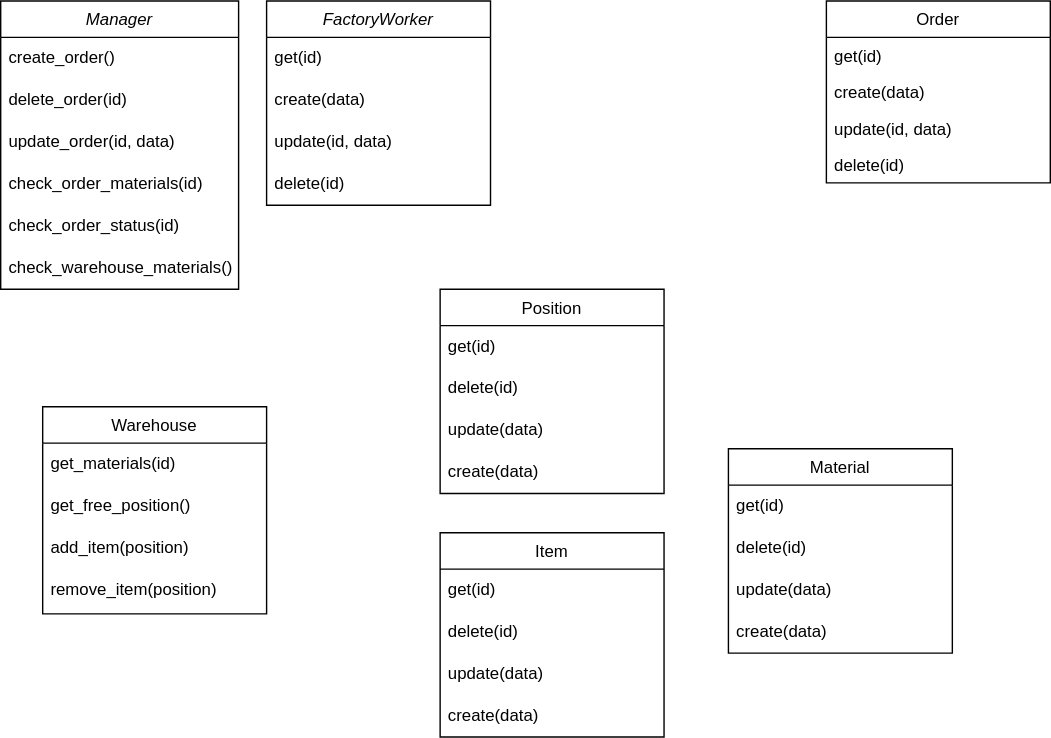
Before: img/back_uml.svg, a diagram exported from draw.io (Jaycobe/bmstu-ppo). Source tidied: cells renumbered, new cells last; positions are measured from the earlier drawing's top-left corner, leaving out a move shared by most shapes.
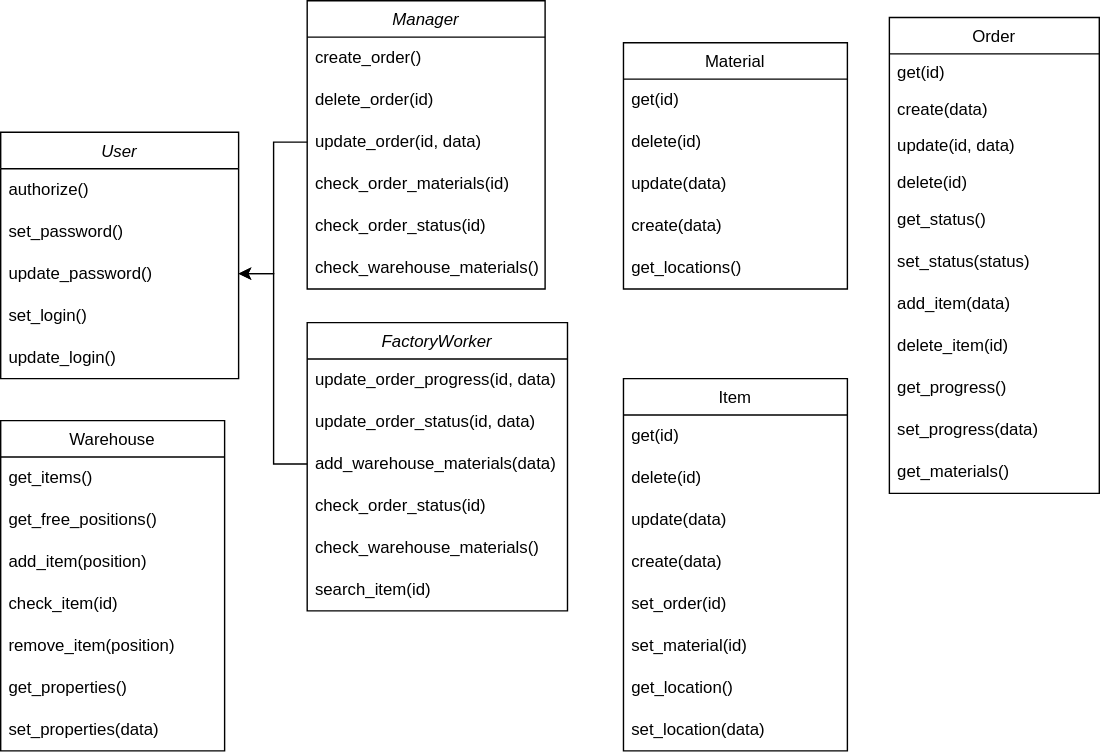
Later version of the same file.

Commit message:
back_uml finished

Change to the diagram source:
```diff
@@ -3,7 +3,7 @@
     <mxCell id="0" />
     <mxCell id="1" parent="0" />
     <mxCell id="2" value="Manager" style="swimlane;fontStyle=2;align=center;verticalAlign=top;horizontal=1;startSize=26;rounded=0;shadow=0;strokeWidth=1;" parent="1" vertex="1">
-      <mxGeometry width="170" height="206" as="geometry" />
+      <mxGeometry x="224" y="-10" width="170" height="206" as="geometry" />
     </mxCell>
     <mxCell id="3" value="create_order()" style="text;strokeColor=none;fillColor=none;align=left;verticalAlign=middle;spacingLeft=4;spacingRight=4;overflow=hidden;whiteSpace=wrap;html=1;" parent="2" vertex="1">
       <mxGeometry y="26" width="170" height="30" as="geometry" />
@@ -24,7 +24,7 @@
       <mxGeometry y="176" width="170" height="30" as="geometry" />
     </mxCell>
     <mxCell id="9" value="Item" style="swimlane;fontStyle=0;align=center;verticalAlign=top;horizontal=1;startSize=26;rounded=0;shadow=0;strokeWidth=1;" parent="1" vertex="1">
-      <mxGeometry x="314" y="380" width="160" height="146" as="geometry" />
+      <mxGeometry x="450" y="260" width="160" height="266" as="geometry" />
     </mxCell>
     <mxCell id="10" value="get(id)" style="text;strokeColor=none;fillColor=none;align=left;verticalAlign=middle;spacingLeft=4;spacingRight=4;overflow=hidden;whiteSpace=wrap;html=1;" parent="9" vertex="1">
       <mxGeometry y="26" width="160" height="30" as="geometry" />
@@ -38,8 +38,20 @@
     <mxCell id="13" value="create(data)" style="text;strokeColor=none;fillColor=none;align=left;verticalAlign=middle;spacingLeft=4;spacingRight=4;overflow=hidden;whiteSpace=wrap;html=1;" parent="9" vertex="1">
       <mxGeometry y="116" width="160" height="30" as="geometry" />
     </mxCell>
+    <mxCell id="39" value="set_order(id)" style="text;strokeColor=none;fillColor=none;align=left;verticalAlign=middle;spacingLeft=4;spacingRight=4;overflow=hidden;whiteSpace=wrap;html=1;" parent="9" vertex="1">
+      <mxGeometry y="146" width="160" height="30" as="geometry" />
+    </mxCell>
+    <mxCell id="40" value="set_material(id)" style="text;strokeColor=none;fillColor=none;align=left;verticalAlign=middle;spacingLeft=4;spacingRight=4;overflow=hidden;whiteSpace=wrap;html=1;" parent="9" vertex="1">
+      <mxGeometry y="176" width="160" height="30" as="geometry" />
+    </mxCell>
+    <mxCell id="41" value="get_location()" style="text;strokeColor=none;fillColor=none;align=left;verticalAlign=middle;spacingLeft=4;spacingRight=4;overflow=hidden;whiteSpace=wrap;html=1;" parent="9" vertex="1">
+      <mxGeometry y="206" width="160" height="30" as="geometry" />
+    </mxCell>
+    <mxCell id="42" value="set_location(data)" style="text;strokeColor=none;fillColor=none;align=left;verticalAlign=middle;spacingLeft=4;spacingRight=4;overflow=hidden;whiteSpace=wrap;html=1;" parent="9" vertex="1">
+      <mxGeometry y="236" width="160" height="30" as="geometry" />
+    </mxCell>
     <mxCell id="14" value="Material" style="swimlane;fontStyle=0;align=center;verticalAlign=top;horizontal=1;startSize=26;rounded=0;shadow=0;strokeWidth=1;" parent="1" vertex="1">
-      <mxGeometry x="520" y="320" width="160" height="146" as="geometry" />
+      <mxGeometry x="450" y="20" width="160" height="176" as="geometry" />
     </mxCell>
     <mxCell id="15" value="get(id)" style="text;strokeColor=none;fillColor=none;align=left;verticalAlign=middle;spacingLeft=4;spacingRight=4;overflow=hidden;whiteSpace=wrap;html=1;" parent="14" vertex="1">
       <mxGeometry y="26" width="160" height="30" as="geometry" />
@@ -53,65 +65,123 @@
     <mxCell id="18" value="create(data)" style="text;strokeColor=none;fillColor=none;align=left;verticalAlign=middle;spacingLeft=4;spacingRight=4;overflow=hidden;whiteSpace=wrap;html=1;" parent="14" vertex="1">
       <mxGeometry y="116" width="160" height="30" as="geometry" />
     </mxCell>
+    <mxCell id="43" value="get_locations()" style="text;strokeColor=none;fillColor=none;align=left;verticalAlign=middle;spacingLeft=4;spacingRight=4;overflow=hidden;whiteSpace=wrap;html=1;" parent="14" vertex="1">
+      <mxGeometry y="146" width="160" height="30" as="geometry" />
+    </mxCell>
     <mxCell id="19" value="Order" style="swimlane;fontStyle=0;align=center;verticalAlign=top;horizontal=1;startSize=26;rounded=0;shadow=0;strokeWidth=1;" parent="1" vertex="1">
-      <mxGeometry x="590" width="160" height="130" as="geometry" />
+      <mxGeometry x="640" y="2" width="150" height="340" as="geometry" />
     </mxCell>
     <mxCell id="20" value="get(id)" style="text;align=left;verticalAlign=top;spacingLeft=4;spacingRight=4;overflow=hidden;" parent="19" vertex="1">
-      <mxGeometry y="26" width="160" height="26" as="geometry" />
+      <mxGeometry y="26" width="150" height="26" as="geometry" />
     </mxCell>
     <mxCell id="21" value="create(data)" style="text;align=left;verticalAlign=top;spacingLeft=4;spacingRight=4;overflow=hidden;rounded=0;shadow=0;html=0;" parent="19" vertex="1">
-      <mxGeometry y="52" width="160" height="26" as="geometry" />
+      <mxGeometry y="52" width="150" height="26" as="geometry" />
     </mxCell>
     <mxCell id="22" value="update(id, data)" style="text;align=left;verticalAlign=top;spacingLeft=4;spacingRight=4;overflow=hidden;rounded=0;shadow=0;html=0;" parent="19" vertex="1">
-      <mxGeometry y="78" width="160" height="26" as="geometry" />
+      <mxGeometry y="78" width="150" height="26" as="geometry" />
     </mxCell>
     <mxCell id="23" value="delete(id)" style="text;align=left;verticalAlign=top;spacingLeft=4;spacingRight=4;overflow=hidden;rounded=0;shadow=0;html=0;" parent="19" vertex="1">
-      <mxGeometry y="104" width="160" height="26" as="geometry" />
+      <mxGeometry y="104" width="150" height="26" as="geometry" />
     </mxCell>
+    <mxCell id="44" value="get_status()" style="text;strokeColor=none;fillColor=none;align=left;verticalAlign=middle;spacingLeft=4;spacingRight=4;overflow=hidden;whiteSpace=wrap;html=1;" parent="19" vertex="1">
+      <mxGeometry y="130" width="150" height="30" as="geometry" />
+    </mxCell>
+    <mxCell id="45" value="set_status(status)" style="text;strokeColor=none;fillColor=none;align=left;verticalAlign=middle;spacingLeft=4;spacingRight=4;overflow=hidden;whiteSpace=wrap;html=1;" parent="19" vertex="1">
+      <mxGeometry y="160" width="150" height="30" as="geometry" />
+    </mxCell>
+    <mxCell id="46" value="add_item(data)" style="text;strokeColor=none;fillColor=none;align=left;verticalAlign=middle;spacingLeft=4;spacingRight=4;overflow=hidden;whiteSpace=wrap;html=1;" parent="19" vertex="1">
+      <mxGeometry y="190" width="150" height="30" as="geometry" />
+    </mxCell>
+    <mxCell id="47" value="delete_item(id)" style="text;strokeColor=none;fillColor=none;align=left;verticalAlign=middle;spacingLeft=4;spacingRight=4;overflow=hidden;whiteSpace=wrap;html=1;" parent="19" vertex="1">
+      <mxGeometry y="220" width="150" height="30" as="geometry" />
+    </mxCell>
+    <mxCell id="48" value="get_progress()" style="text;strokeColor=none;fillColor=none;align=left;verticalAlign=middle;spacingLeft=4;spacingRight=4;overflow=hidden;whiteSpace=wrap;html=1;" parent="19" vertex="1">
+      <mxGeometry y="250" width="150" height="30" as="geometry" />
+    </mxCell>
+    <mxCell id="49" value="set_progress(data)" style="text;strokeColor=none;fillColor=none;align=left;verticalAlign=middle;spacingLeft=4;spacingRight=4;overflow=hidden;whiteSpace=wrap;html=1;" parent="19" vertex="1">
+      <mxGeometry y="280" width="150" height="30" as="geometry" />
+    </mxCell>
+    <mxCell id="50" value="get_materials()" style="text;strokeColor=none;fillColor=none;align=left;verticalAlign=middle;spacingLeft=4;spacingRight=4;overflow=hidden;whiteSpace=wrap;html=1;" parent="19" vertex="1">
+      <mxGeometry y="310" width="150" height="30" as="geometry" />
+    </mxCell>
     <mxCell id="24" value="Warehouse" style="swimlane;fontStyle=0;align=center;verticalAlign=top;horizontal=1;startSize=26;rounded=0;shadow=0;strokeWidth=1;" parent="1" vertex="1">
-      <mxGeometry x="30" y="290" width="160" height="148" as="geometry" />
+      <mxGeometry x="5" y="290" width="160" height="236" as="geometry" />
     </mxCell>
-    <mxCell id="25" value="get_materials(id)" style="text;strokeColor=none;fillColor=none;align=left;verticalAlign=middle;spacingLeft=4;spacingRight=4;overflow=hidden;whiteSpace=wrap;html=1;" parent="24" vertex="1">
+    <mxCell id="25" value="get_items()" style="text;strokeColor=none;fillColor=none;align=left;verticalAlign=middle;spacingLeft=4;spacingRight=4;overflow=hidden;whiteSpace=wrap;html=1;" parent="24" vertex="1">
       <mxGeometry y="26" width="160" height="30" as="geometry" />
     </mxCell>
-    <mxCell id="26" value="get_free_position()" style="text;strokeColor=none;fillColor=none;align=left;verticalAlign=middle;spacingLeft=4;spacingRight=4;overflow=hidden;whiteSpace=wrap;html=1;" parent="24" vertex="1">
+    <mxCell id="26" value="get_free_positions()" style="text;strokeColor=none;fillColor=none;align=left;verticalAlign=middle;spacingLeft=4;spacingRight=4;overflow=hidden;whiteSpace=wrap;html=1;" parent="24" vertex="1">
       <mxGeometry y="56" width="160" height="30" as="geometry" />
     </mxCell>
     <mxCell id="27" value="add_item(position)" style="text;strokeColor=none;fillColor=none;align=left;verticalAlign=middle;spacingLeft=4;spacingRight=4;overflow=hidden;whiteSpace=wrap;html=1;" parent="24" vertex="1">
       <mxGeometry y="86" width="160" height="30" as="geometry" />
     </mxCell>
+    <mxCell id="51" value="check_item(id)" style="text;strokeColor=none;fillColor=none;align=left;verticalAlign=middle;spacingLeft=4;spacingRight=4;overflow=hidden;whiteSpace=wrap;html=1;" parent="24" vertex="1">
+      <mxGeometry y="116" width="160" height="30" as="geometry" />
+    </mxCell>
     <mxCell id="28" value="remove_item(position)" style="text;strokeColor=none;fillColor=none;align=left;verticalAlign=middle;spacingLeft=4;spacingRight=4;overflow=hidden;whiteSpace=wrap;html=1;" parent="24" vertex="1">
-      <mxGeometry y="116" width="160" height="30" as="geometry" />
+      <mxGeometry y="146" width="160" height="30" as="geometry" />
     </mxCell>
+    <mxCell id="52" value="get_properties()" style="text;strokeColor=none;fillColor=none;align=left;verticalAlign=middle;spacingLeft=4;spacingRight=4;overflow=hidden;whiteSpace=wrap;html=1;" parent="24" vertex="1">
+      <mxGeometry y="176" width="160" height="30" as="geometry" />
+    </mxCell>
+    <mxCell id="53" value="set_properties(data)" style="text;strokeColor=none;fillColor=none;align=left;verticalAlign=middle;spacingLeft=4;spacingRight=4;overflow=hidden;whiteSpace=wrap;html=1;" parent="24" vertex="1">
+      <mxGeometry y="206" width="160" height="30" as="geometry" />
+    </mxCell>
     <mxCell id="29" value="FactoryWorker" style="swimlane;fontStyle=2;align=center;verticalAlign=top;horizontal=1;startSize=26;rounded=0;shadow=0;strokeWidth=1;" parent="1" vertex="1">
-      <mxGeometry x="190" width="160" height="146" as="geometry" />
+      <mxGeometry x="224" y="220" width="186" height="206" as="geometry" />
     </mxCell>
+    <mxCell id="54" value="update_order_progress(id, data)" style="text;strokeColor=none;fillColor=none;align=left;verticalAlign=middle;spacingLeft=4;spacingRight=4;overflow=hidden;whiteSpace=wrap;html=1;" parent="29" vertex="1">
+      <mxGeometry y="26" width="186" height="30" as="geometry" />
+    </mxCell>
+    <mxCell id="31" value="update_order_status(id, data)" style="text;strokeColor=none;fillColor=none;align=left;verticalAlign=middle;spacingLeft=4;spacingRight=4;overflow=hidden;whiteSpace=wrap;html=1;" parent="29" vertex="1">
+      <mxGeometry y="56" width="186" height="30" as="geometry" />
+    </mxCell>
+    <mxCell id="33" value="add_warehouse_materials(data)" style="text;strokeColor=none;fillColor=none;align=left;verticalAlign=middle;spacingLeft=4;spacingRight=4;overflow=hidden;points=[[0,0.5],[1,0.5]];portConstraint=eastwest;whiteSpace=wrap;html=1;" parent="29" vertex="1">
+      <mxGeometry y="86" width="186" height="30" as="geometry" />
+    </mxCell>
-    <mxCell id="30" value="get(id)" style="text;strokeColor=none;fillColor=none;align=left;verticalAlign=middle;spacingLeft=4;spacingRight=4;overflow=hidden;whiteSpace=wrap;html=1;" parent="29" vertex="1">
-      <mxGeometry y="26" width="160" height="30" as="geometry" />
+    <mxCell id="30" value="check_order_status(id)" style="text;strokeColor=none;fillColor=none;align=left;verticalAlign=middle;spacingLeft=4;spacingRight=4;overflow=hidden;whiteSpace=wrap;html=1;" parent="29" vertex="1">
+      <mxGeometry y="116" width="186" height="30" as="geometry" />
     </mxCell>
-    <mxCell id="31" value="create(data)" style="text;strokeColor=none;fillColor=none;align=left;verticalAlign=middle;spacingLeft=4;spacingRight=4;overflow=hidden;whiteSpace=wrap;html=1;" parent="29" vertex="1">
-      <mxGeometry y="56" width="160" height="30" as="geometry" />
-    </mxCell>
-    <mxCell id="32" value="update(id, data)" style="text;strokeColor=none;fillColor=none;align=left;verticalAlign=middle;spacingLeft=4;spacingRight=4;overflow=hidden;whiteSpace=wrap;html=1;" parent="29" vertex="1">
-      <mxGeometry y="86" width="160" height="30" as="geometry" />
+    <mxCell id="32" value="check_warehouse_materials()" style="text;strokeColor=none;fillColor=none;align=left;verticalAlign=middle;spacingLeft=4;spacingRight=4;overflow=hidden;whiteSpace=wrap;html=1;" parent="29" vertex="1">
+      <mxGeometry y="146" width="186" height="30" as="geometry" />
     </mxCell>
-    <mxCell id="33" value="delete(id)" style="text;strokeColor=none;fillColor=none;align=left;verticalAlign=middle;spacingLeft=4;spacingRight=4;overflow=hidden;points=[[0,0.5],[1,0.5]];portConstraint=eastwest;whiteSpace=wrap;html=1;" parent="29" vertex="1">
-      <mxGeometry y="116" width="160" height="30" as="geometry" />
-    </mxCell>
-    <mxCell id="34" value="Position" style="swimlane;fontStyle=0;align=center;verticalAlign=top;horizontal=1;startSize=26;rounded=0;shadow=0;strokeWidth=1;" parent="1" vertex="1">
-      <mxGeometry x="314" y="206" width="160" height="146" as="geometry" />
-    </mxCell>
-    <mxCell id="35" value="get(id)" style="text;strokeColor=none;fillColor=none;align=left;verticalAlign=middle;spacingLeft=4;spacingRight=4;overflow=hidden;whiteSpace=wrap;html=1;" parent="34" vertex="1">
-      <mxGeometry y="26" width="160" height="30" as="geometry" />
-    </mxCell>
-    <mxCell id="36" value="delete(id)" style="text;strokeColor=none;fillColor=none;align=left;verticalAlign=middle;spacingLeft=4;spacingRight=4;overflow=hidden;whiteSpace=wrap;html=1;" parent="34" vertex="1">
-      <mxGeometry y="56" width="160" height="30" as="geometry" />
-    </mxCell>
-    <mxCell id="37" value="update(data)" style="text;strokeColor=none;fillColor=none;align=left;verticalAlign=middle;spacingLeft=4;spacingRight=4;overflow=hidden;whiteSpace=wrap;html=1;" parent="34" vertex="1">
-      <mxGeometry y="86" width="160" height="30" as="geometry" />
-    </mxCell>
-    <mxCell id="38" value="create(data)" style="text;strokeColor=none;fillColor=none;align=left;verticalAlign=middle;spacingLeft=4;spacingRight=4;overflow=hidden;whiteSpace=wrap;html=1;" parent="34" vertex="1">
-      <mxGeometry y="116" width="160" height="30" as="geometry" />
-    </mxCell>
+    <mxCell id="55" value="search_item(id)" style="text;strokeColor=none;fillColor=none;align=left;verticalAlign=middle;spacingLeft=4;spacingRight=4;overflow=hidden;whiteSpace=wrap;html=1;" parent="29" vertex="1">
+      <mxGeometry y="176" width="186" height="30" as="geometry" />
+    </mxCell>
+    <mxCell id="56" value="User" style="swimlane;fontStyle=2;align=center;verticalAlign=top;horizontal=1;startSize=26;rounded=0;shadow=0;strokeWidth=1;" parent="1" vertex="1">
+      <mxGeometry x="5" y="84" width="170" height="176" as="geometry" />
+    </mxCell>
+    <mxCell id="57" value="authorize()" style="text;strokeColor=none;fillColor=none;align=left;verticalAlign=middle;spacingLeft=4;spacingRight=4;overflow=hidden;whiteSpace=wrap;html=1;" parent="56" vertex="1">
+      <mxGeometry y="26" width="170" height="30" as="geometry" />
+    </mxCell>
+    <mxCell id="58" value="set_password()" style="text;strokeColor=none;fillColor=none;align=left;verticalAlign=middle;spacingLeft=4;spacingRight=4;overflow=hidden;whiteSpace=wrap;html=1;" parent="56" vertex="1">
+      <mxGeometry y="56" width="170" height="30" as="geometry" />
+    </mxCell>
+    <mxCell id="59" value="update_password()" style="text;strokeColor=none;fillColor=none;align=left;verticalAlign=middle;spacingLeft=4;spacingRight=4;overflow=hidden;points=[[0,0.5],[1,0.5]];portConstraint=eastwest;whiteSpace=wrap;html=1;" parent="56" vertex="1">
+      <mxGeometry y="86" width="170" height="30" as="geometry" />
+    </mxCell>
+    <mxCell id="60" value="set_login()" style="text;strokeColor=none;fillColor=none;align=left;verticalAlign=middle;spacingLeft=4;spacingRight=4;overflow=hidden;whiteSpace=wrap;html=1;" parent="56" vertex="1">
+      <mxGeometry y="116" width="170" height="30" as="geometry" />
+    </mxCell>
+    <mxCell id="61" value="update_login()" style="text;strokeColor=none;fillColor=none;align=left;verticalAlign=middle;spacingLeft=4;spacingRight=4;overflow=hidden;whiteSpace=wrap;html=1;" parent="56" vertex="1">
+      <mxGeometry y="146" width="170" height="30" as="geometry" />
+    </mxCell>
+    <mxCell id="62" style="endArrow=classic;html=1;rounded=0;entryX=1;entryY=0.5;entryDx=0;entryDy=0;exitX=0;exitY=0.5;exitDx=0;exitDy=0;" parent="1" edge="1" source="33" target="59">
+      <mxGeometry relative="1" as="geometry">
+        <Array as="points">
+          <mxPoint x="200" y="321" />
+          <mxPoint x="200" y="185" />
+        </Array>
+      </mxGeometry>
+    </mxCell>
+    <mxCell id="63" style="endArrow=classic;html=1;rounded=0;entryX=1;entryY=0.5;entryDx=0;entryDy=0;exitX=0;exitY=0.5;exitDx=0;exitDy=0;" parent="1" edge="1" source="5" target="59">
+      <mxGeometry relative="1" as="geometry">
+        <Array as="points">
+          <mxPoint x="200" y="91" />
+          <mxPoint x="200" y="185" />
+        </Array>
+      </mxGeometry>
+    </mxCell>
   </root>
 </mxGraphModel>
```
